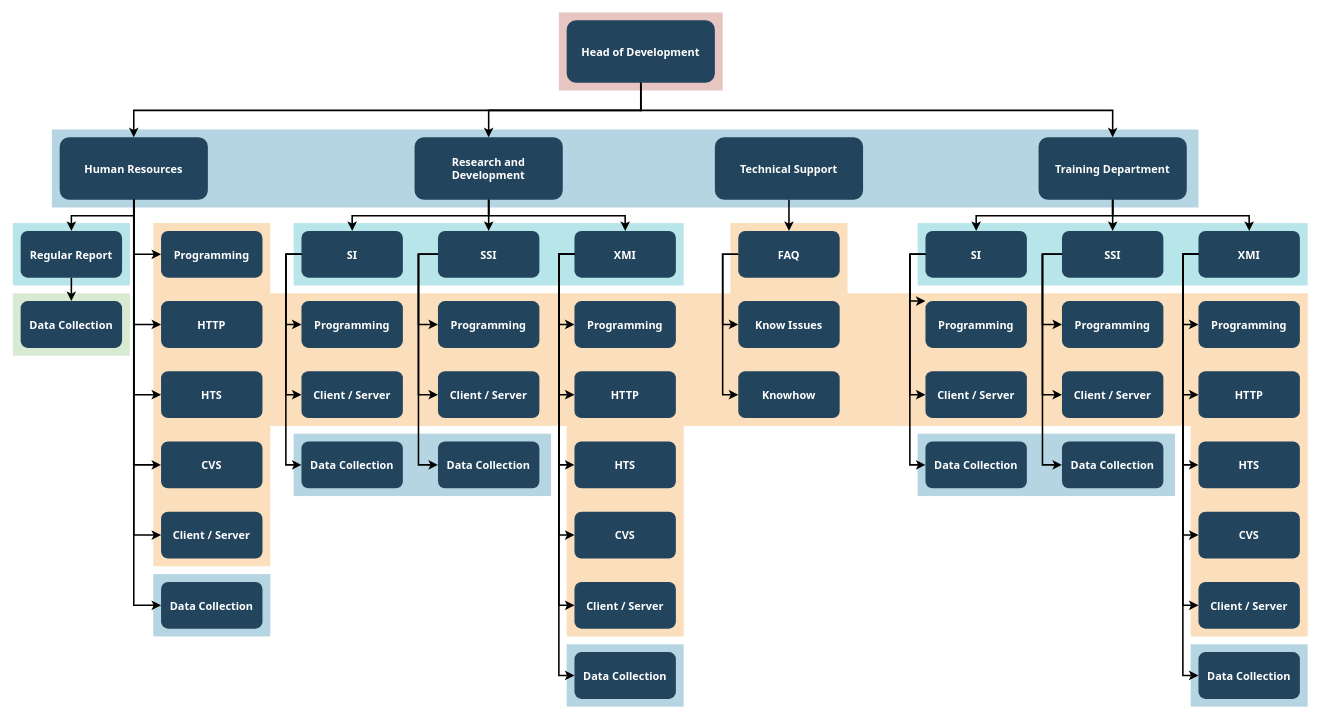
Above: Unbenanntes Diagramm.drawio in CrossMediaProject/Template (draw.io), before the change. Source tidied: cells renumbered, new cells numbered last; positions are measured from the earlier drawing's top-left corner, leaving out a move shared by most shapes. Both pictures are drawn from the tidied source at 78%, with x=0, y=0 at pixel (12, 12).
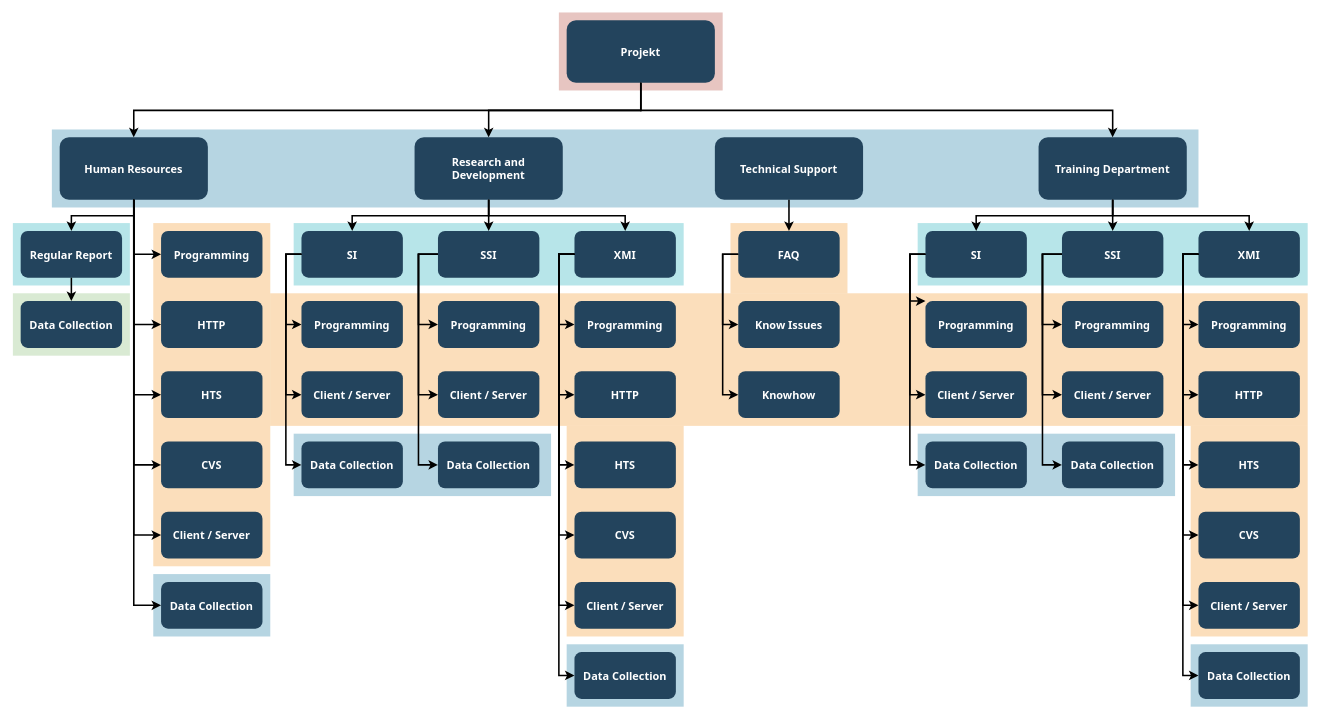
After the change.

What changed in the source:
```diff
@@
-    <mxCell id="18" value="Head of Development" style="rounded=1;fillColor=#23445D;gradientColor=none;strokeColor=none;fontColor=#FFFFFF;fontStyle=1;fontFamily=Tahoma;fontSize=14;" parent="1" vertex="1">
+    <mxCell id="18" value="Projekt" style="rounded=1;fillColor=#23445D;gradientColor=none;strokeColor=none;fontColor=#FFFFFF;fontStyle=1;fontFamily=Tahoma;fontSize=14;" parent="1" vertex="1">
       <mxGeometry x="710" y="9.5" width="190" height="80" as="geometry" />
     </mxCell>
```
